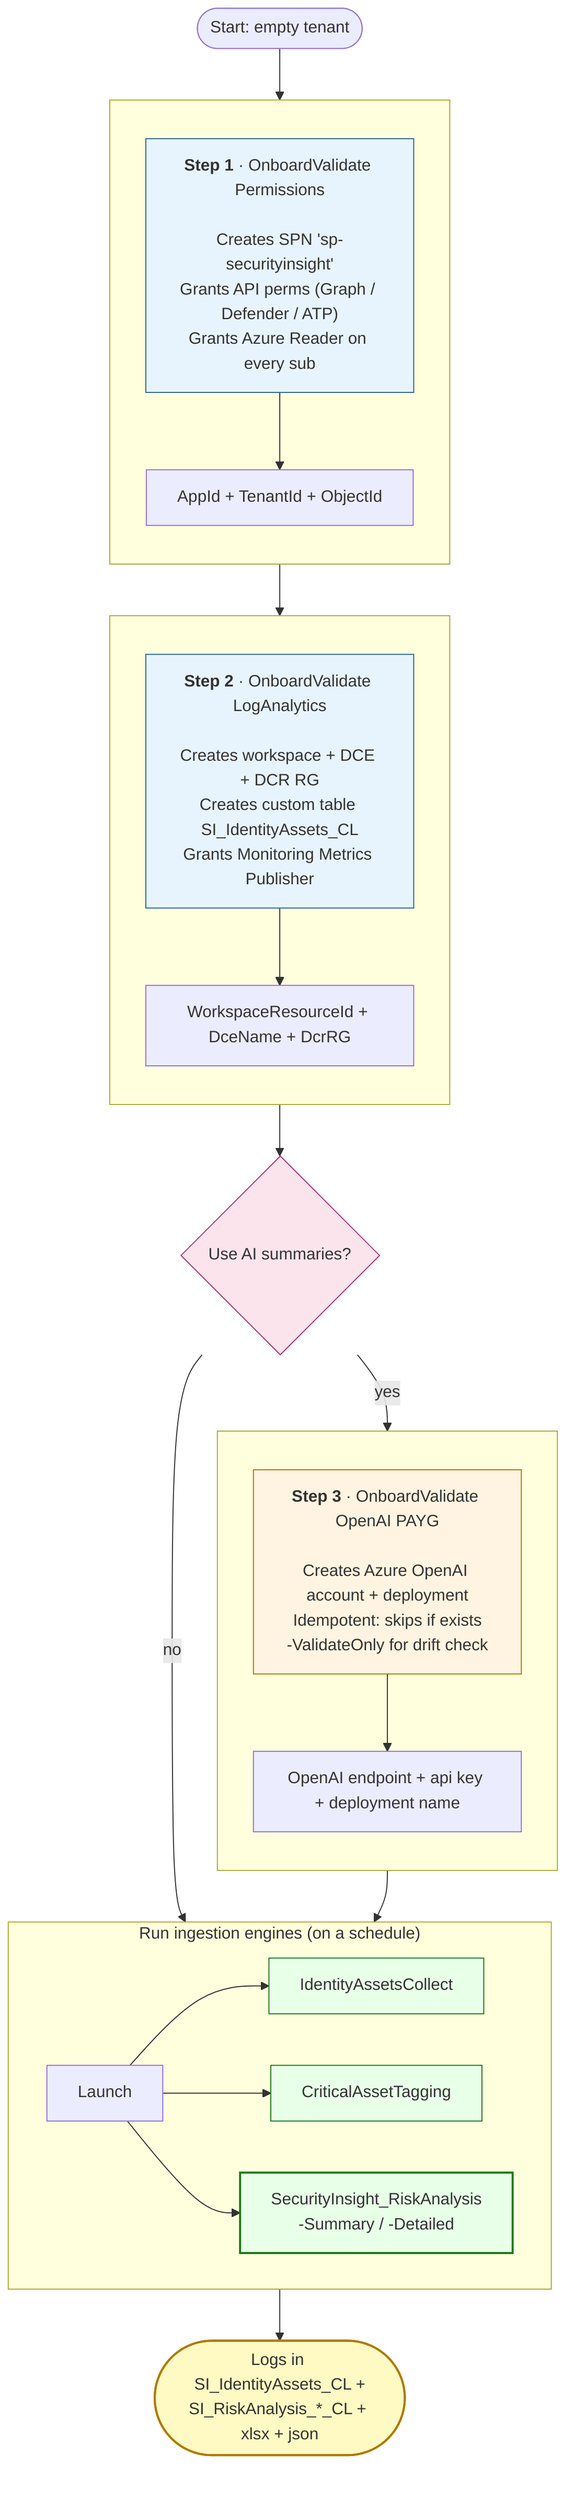
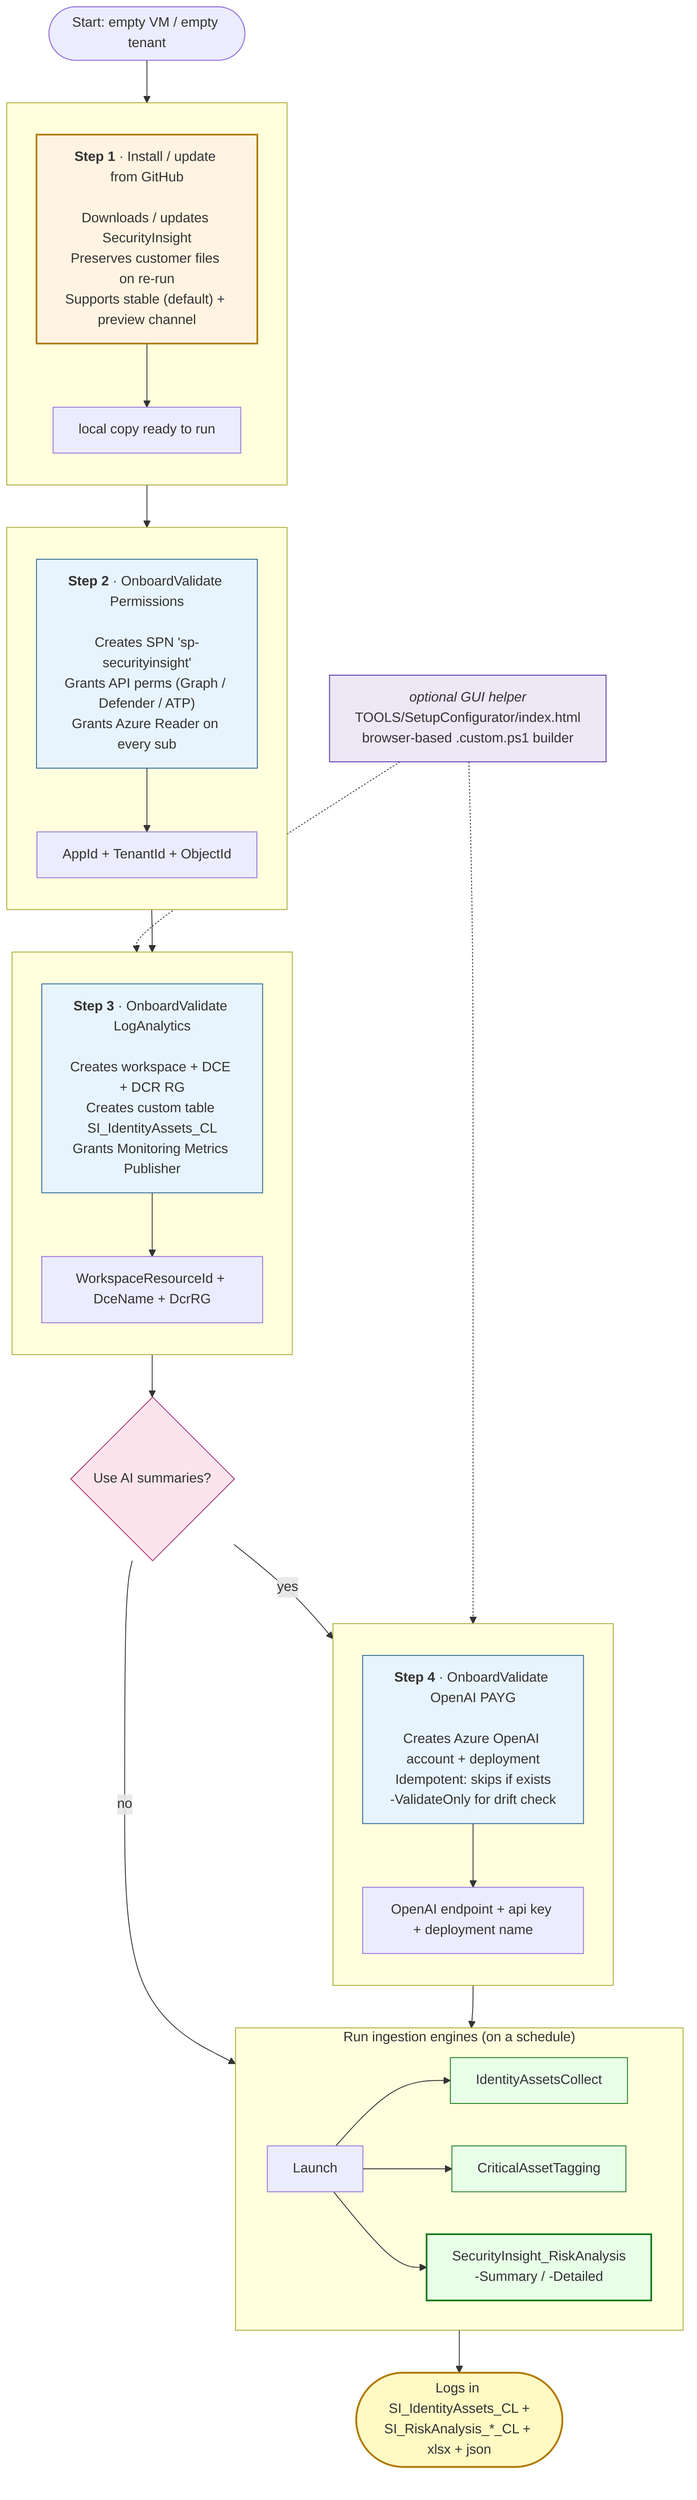
- %% Onboarding detail: Step1 -> Step2 -> Step3 decision flow with the minimum
- %% LauncherConfig.custom.ps1 each step needs. Shows inputs, outputs, and how
- %% the downstream ingestion engines pick up the resources that each Step
- %% provisions. Used in README § 3.4.
+ %% Onboarding detail: Step1 -> Step2 -> Step3 -> Step4 decision flow with the
+ %% minimum LauncherConfig.custom.ps1 each Step needs. Shows inputs, outputs,
+ %% and how the downstream ingestion engines pick up the resources that each
+ %% Step provisions. Used in README § 3.4.
flowchart TD
-     START([Start: empty tenant])
+     START([Start: empty VM / empty tenant])
    START --> S1

    subgraph STEP1 [" "]
        direction TB
-         S1["<b>Step 1</b> &middot; OnboardValidate Permissions<br/><br/>Creates SPN 'sp-securityinsight'<br/>Grants API perms (Graph / Defender / ATP)<br/>Grants Azure Reader on every sub"]
-         S1_OUT[AppId + TenantId + ObjectId]
+         S1["<b>Step 1</b> &middot; Install / update from GitHub<br/><br/>Downloads / updates SecurityInsight<br/>Preserves customer files on re-run<br/>Supports stable (default) + preview channel"]
+         S1_OUT[local copy ready to run]
        S1 --> S1_OUT
    end

    S1_OUT --> S2

    subgraph STEP2 [" "]
        direction TB
-         S2["<b>Step 2</b> &middot; OnboardValidate LogAnalytics<br/><br/>Creates workspace + DCE + DCR RG<br/>Creates custom table SI_IdentityAssets_CL<br/>Grants Monitoring Metrics Publisher"]
-         S2_OUT[WorkspaceResourceId + DceName + DcrRG]
+         S2["<b>Step 2</b> &middot; OnboardValidate Permissions<br/><br/>Creates SPN 'sp-securityinsight'<br/>Grants API perms (Graph / Defender / ATP)<br/>Grants Azure Reader on every sub"]
+         S2_OUT[AppId + TenantId + ObjectId]
        S2 --> S2_OUT
    end

-     S2_OUT --> Q3{Use AI summaries?}
-     Q3 -- "no" --> ENG
-     Q3 -- "yes" --> S3
+     S2_OUT --> S3

    subgraph STEP3 [" "]
        direction TB
-         S3["<b>Step 3</b> &middot; OnboardValidate OpenAI PAYG<br/><br/>Creates Azure OpenAI account + deployment<br/>Idempotent: skips if exists<br/>-ValidateOnly for drift check"]
-         S3_OUT[OpenAI endpoint + api key + deployment name]
+         S3["<b>Step 3</b> &middot; OnboardValidate LogAnalytics<br/><br/>Creates workspace + DCE + DCR RG<br/>Creates custom table SI_IdentityAssets_CL<br/>Grants Monitoring Metrics Publisher"]
+         S3_OUT[WorkspaceResourceId + DceName + DcrRG]
        S3 --> S3_OUT
    end

-     S3_OUT --> ENG
+     S3_OUT --> Q4{Use AI summaries?}
+     Q4 -- "no" --> ENG
+     Q4 -- "yes" --> S4
+ 
+     subgraph STEP4 [" "]
+         direction TB
+         S4["<b>Step 4</b> &middot; OnboardValidate OpenAI PAYG<br/><br/>Creates Azure OpenAI account + deployment<br/>Idempotent: skips if exists<br/>-ValidateOnly for drift check"]
+         S4_OUT[OpenAI endpoint + api key + deployment name]
+         S4 --> S4_OUT
+     end
+ 
+     S4_OUT --> ENG

    subgraph ENGINES ["Run ingestion engines (on a schedule)"]
        direction LR
        ENG[Launch]
        E1[IdentityAssetsCollect]
        E2[CriticalAssetTagging]
        E3[SecurityInsight_RiskAnalysis<br/>-Summary / -Detailed]
        ENG --> E1
        ENG --> E2
        ENG --> E3
    end

    ENG --> DONE([Logs in SI_IdentityAssets_CL +<br/>SI_RiskAnalysis_*_CL + xlsx + json])

-     style S1 fill:#e8f4fd,stroke:#2a6592
+     CFG["<i>optional GUI helper</i><br/>TOOLS/SetupConfigurator/index.html<br/>browser-based .custom.ps1 builder"] -.-> S3
+     CFG -.-> S4
+ 
+     style S1 fill:#fff4e1,stroke:#b07a00,stroke-width:2px
    style S2 fill:#e8f4fd,stroke:#2a6592
-     style S3 fill:#fff4e1,stroke:#b07a00
+     style S3 fill:#e8f4fd,stroke:#2a6592
+     style S4 fill:#e8f4fd,stroke:#2a6592
+     style CFG fill:#ede7f6,stroke:#512da8
    style E1 fill:#e8ffe8,stroke:#1a7a1a
    style E2 fill:#e8ffe8,stroke:#1a7a1a
    style E3 fill:#e8ffe8,stroke:#1a7a1a,stroke-width:2px
    style DONE fill:#fff9c4,stroke:#b07a00,stroke-width:2px
-     style Q3 fill:#fce4ec,stroke:#a83275
+     style Q4 fill:#fce4ec,stroke:#a83275
